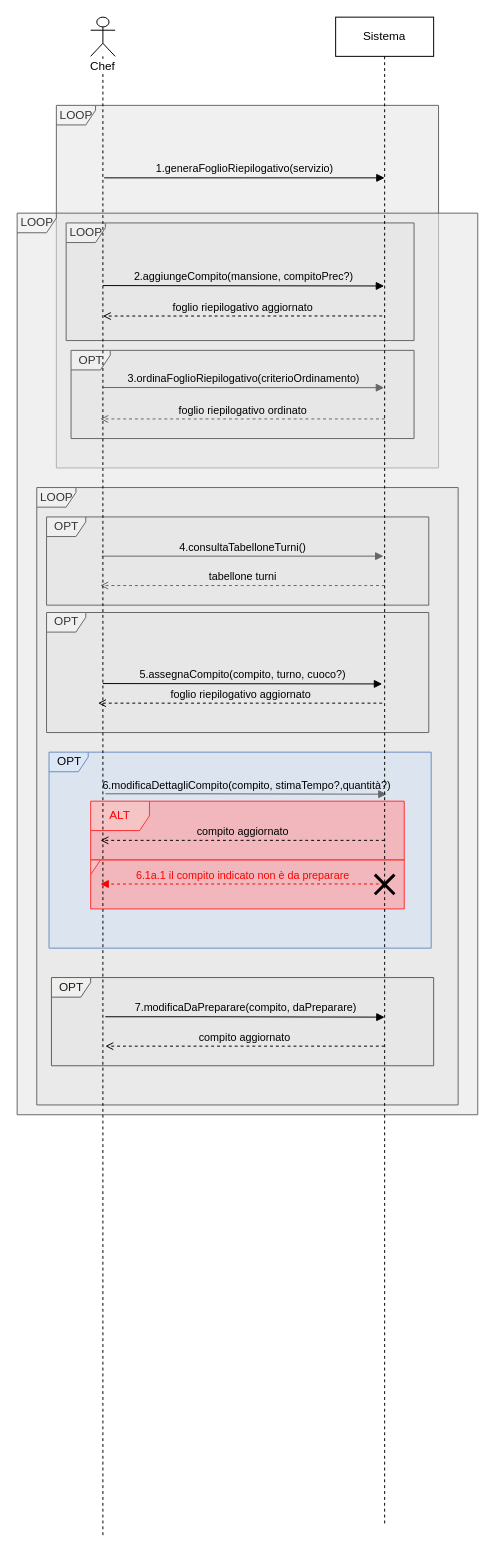
The draw.io diagram GestioneCompiti/Requisiti/SSD/SSD_estensioni_eccezioni_passo_6.drawio in Giacca01/CateRingProject, before the edit. Source tidied: cells renumbered, new cells numbered last; positions are measured from the earlier drawing's top-left corner, leaving out a move shared by most shapes. Both pictures are drawn from the tidied source at 98%, with x=0, y=0 at pixel (17, 17).
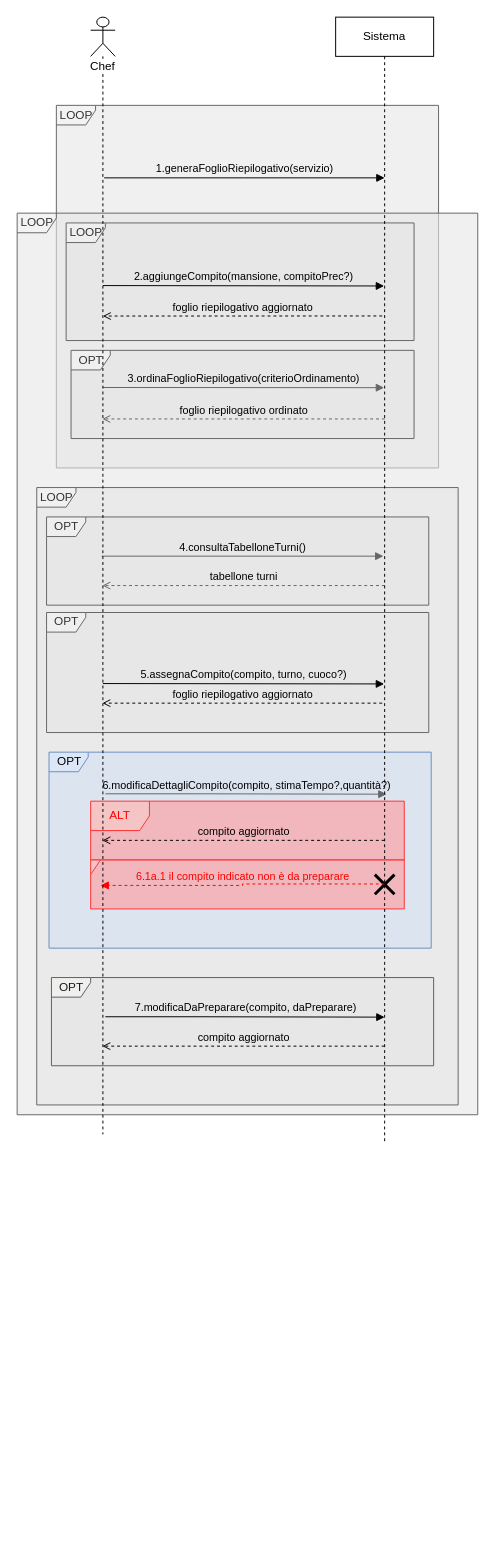
Above is the later version.

Unchanged cells that the change refers to:
```xml
<mxCell id="13" value="OPT" style="shape=umlFrame;tabWidth=110;tabHeight=30;tabPosition=left;html=1;boundedLbl=1;labelInHeader=1;width=40;height=20;swimlaneFillColor=#E6E6E6;fillColor=#f5f5f5;strokeColor=#666666;fillOpacity=60;fontColor=#333333;" parent="1" vertex="1">
  <mxGeometry x="55" y="340" width="350" height="90" as="geometry" />
</mxCell>
<mxCell id="19" style="group;" parent="1" vertex="1">
  <mxGeometry x="75" y="800" width="320" height="110" as="geometry" />
</mxCell>
```

What changed in the source:
```diff
@@
-    <mxCell id="8" value="tabellone turni" style="html=1;verticalAlign=bottom;endArrow=open;edgeStyle=elbowEdgeStyle;elbow=vertical;curved=0;rounded=0;labelBackgroundColor=none;endFill=0;dashed=1;fillColor=#f5f5f5;strokeColor=#666666;" parent="1" edge="1">
+    <mxCell id="8" value="tabellone turni" style="html=1;verticalAlign=bottom;endArrow=open;edgeStyle=elbowEdgeStyle;elbow=vertical;curved=0;rounded=0;labelBackgroundColor=none;endFill=0;dashed=1;fillColor=#f5f5f5;strokeColor=#666666;" parent="1" edge="1" target="30">
       <mxGeometry relative="1" as="geometry">
         <mxPoint x="375.2" y="580" as="sourcePoint" />
-        <mxPoint x="84.8" y="580" as="targetPoint" />
       </mxGeometry>
     </mxCell>
@@
-    <mxCell id="14" value="foglio riepilogativo ordinato" style="html=1;verticalAlign=bottom;endArrow=open;edgeStyle=elbowEdgeStyle;elbow=vertical;curved=0;rounded=0;labelBackgroundColor=none;endFill=0;dashed=1;fillColor=#f5f5f5;strokeColor=#666666;" parent="13" edge="1">
+    <mxCell id="14" value="foglio riepilogativo ordinato" style="html=1;verticalAlign=bottom;endArrow=open;edgeStyle=elbowEdgeStyle;elbow=vertical;curved=0;rounded=0;labelBackgroundColor=none;endFill=0;dashed=1;fillColor=#f5f5f5;strokeColor=#666666;" parent="13" edge="1" target="30">
       <mxGeometry relative="1" as="geometry">
         <mxPoint x="320.2" y="70" as="sourcePoint" />
-        <mxPoint x="29.8" y="70.1" as="targetPoint" />
       </mxGeometry>
     </mxCell>
@@
-    <mxCell id="18" value="5.assegnaCompito(compito, turno, cuoco?)" style="html=1;verticalAlign=bottom;endArrow=block;edgeStyle=elbowEdgeStyle;elbow=vertical;curved=0;rounded=0;labelBackgroundColor=none;" parent="1" edge="1">
+    <mxCell id="18" value="5.assegnaCompito(compito, turno, cuoco?)" style="html=1;verticalAlign=bottom;endArrow=block;edgeStyle=elbowEdgeStyle;elbow=vertical;curved=0;rounded=0;labelBackgroundColor=none;" parent="1" edge="1" target="29">
       <mxGeometry relative="1" as="geometry">
         <mxPoint x="87.5" y="680" as="sourcePoint" />
-        <mxPoint x="372.5" y="680.4" as="targetPoint" />
         <Array as="points">
           <mxPoint x="183" y="680.4" />
         </Array>
       </mxGeometry>
     </mxCell>
@@
-    <mxCell id="21" value="compito aggiornato" style="html=1;verticalAlign=bottom;endArrow=open;edgeStyle=elbowEdgeStyle;elbow=vertical;curved=0;rounded=0;labelBackgroundColor=none;dashed=1;endFill=0;" parent="19" edge="1">
+    <mxCell id="21" value="compito aggiornato" style="html=1;verticalAlign=bottom;endArrow=open;edgeStyle=elbowEdgeStyle;elbow=vertical;curved=0;rounded=0;labelBackgroundColor=none;dashed=1;endFill=0;" parent="19" edge="1" target="30">
       <mxGeometry relative="1" as="geometry">
         <mxPoint x="300" y="40" as="sourcePoint" />
-        <mxPoint x="10" y="40.1" as="targetPoint" />
       </mxGeometry>
     </mxCell>
@@
+    <mxCell id="24" style="shape=umlDestroy;whiteSpace=wrap;html=1;strokeWidth=3;targetShapes=umlLifeline;" parent="19" vertex="1">
+      <mxGeometry x="290" y="75" width="20" height="20" as="geometry" />
+    </mxCell>
     <mxCell id="23" value="6.1a.1 il compito indicato non è da preparare" style="html=1;verticalAlign=bottom;endArrow=block;edgeStyle=elbowEdgeStyle;elbow=horizontal;curved=0;rounded=0;labelBackgroundColor=none;dashed=1;strokeColor=#FF0000;fontColor=#FF0000;" parent="19" edge="1">
       <mxGeometry relative="1" as="geometry">
         <mxPoint x="300" y="84.5" as="sourcePoint" />
-        <mxPoint x="10" y="84.6" as="targetPoint" />
+        <mxPoint x="10" y="86" as="targetPoint" />
       </mxGeometry>
     </mxCell>
-    <mxCell id="24" style="shape=umlDestroy;whiteSpace=wrap;html=1;strokeWidth=3;targetShapes=umlLifeline;" parent="19" vertex="1">
-      <mxGeometry x="290" y="75" width="20" height="20" as="geometry" />
-    </mxCell>
-    <mxCell id="25" value="foglio riepilogativo aggiornato" style="html=1;verticalAlign=bottom;endArrow=open;edgeStyle=elbowEdgeStyle;elbow=vertical;curved=0;rounded=0;labelBackgroundColor=none;dashed=1;endFill=0;" parent="1" edge="1">
+    <mxCell id="25" value="foglio riepilogativo aggiornato" style="html=1;verticalAlign=bottom;endArrow=open;edgeStyle=elbowEdgeStyle;elbow=vertical;curved=0;rounded=0;labelBackgroundColor=none;dashed=1;endFill=0;" parent="1" edge="1" target="30">
       <mxGeometry relative="1" as="geometry">
         <mxPoint x="372.5" y="700" as="sourcePoint" />
-        <mxPoint x="82.5" y="700.1" as="targetPoint" />
+        <Array as="points">
+          <mxPoint x="85" y="700" />
+        </Array>
       </mxGeometry>
     </mxCell>
@@
-    <mxCell id="28" value="compito aggiornato" style="html=1;verticalAlign=bottom;endArrow=open;edgeStyle=elbowEdgeStyle;elbow=vertical;curved=0;rounded=0;labelBackgroundColor=none;endFill=0;dashed=1;" parent="1" edge="1">
+    <mxCell id="28" value="compito aggiornato" style="html=1;verticalAlign=bottom;endArrow=open;edgeStyle=elbowEdgeStyle;elbow=vertical;curved=0;rounded=0;labelBackgroundColor=none;endFill=0;dashed=1;" parent="1" edge="1" target="30">
       <mxGeometry relative="1" as="geometry">
         <mxPoint x="375" y="1050" as="sourcePoint" />
-        <mxPoint x="90" y="1050" as="targetPoint" />
       </mxGeometry>
     </mxCell>
     <mxCell id="29" value="Sistema" style="shape=umlLifeline;perimeter=lifelinePerimeter;whiteSpace=wrap;html=1;outlineConnect=0;labelBackgroundColor=none;" parent="1" vertex="1">
-      <mxGeometry x="325" width="100" height="1540" as="geometry" />
+      <mxGeometry x="325" width="100" height="1150" as="geometry" />
     </mxCell>
     <mxCell id="30" value="Chef" style="shape=umlLifeline;participant=umlActor;perimeter=lifelinePerimeter;whiteSpace=wrap;html=1;verticalAlign=top;spacingTop=36;outlineConnect=0;labelBackgroundColor=default;" parent="1" vertex="1">
-      <mxGeometry x="75" width="25" height="1550" as="geometry" />
+      <mxGeometry x="75" width="25" height="1140" as="geometry" />
     </mxCell>
```
